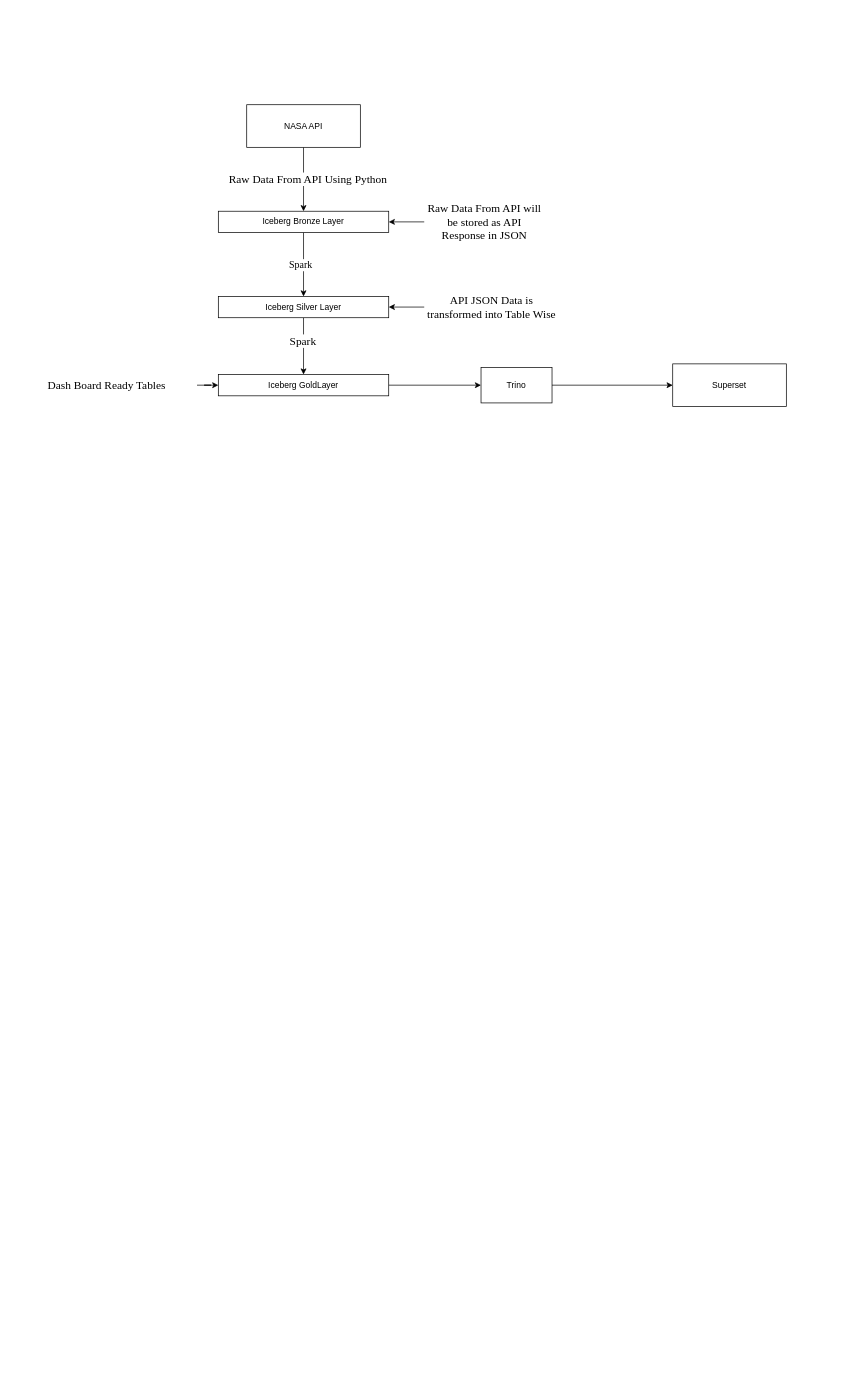
Above: page "HDD" (1 of 7) of Design/HDD.drawio in Sairam0613/AstroSight-DE (draw.io), before the change. Source tidied: cells renumbered, new cells numbered last; positions are measured from the earlier drawing's top-left corner, leaving out a move shared by most shapes. Both pictures are drawn from the tidied source at 71%, with x=0, y=0 at pixel (19, 104).
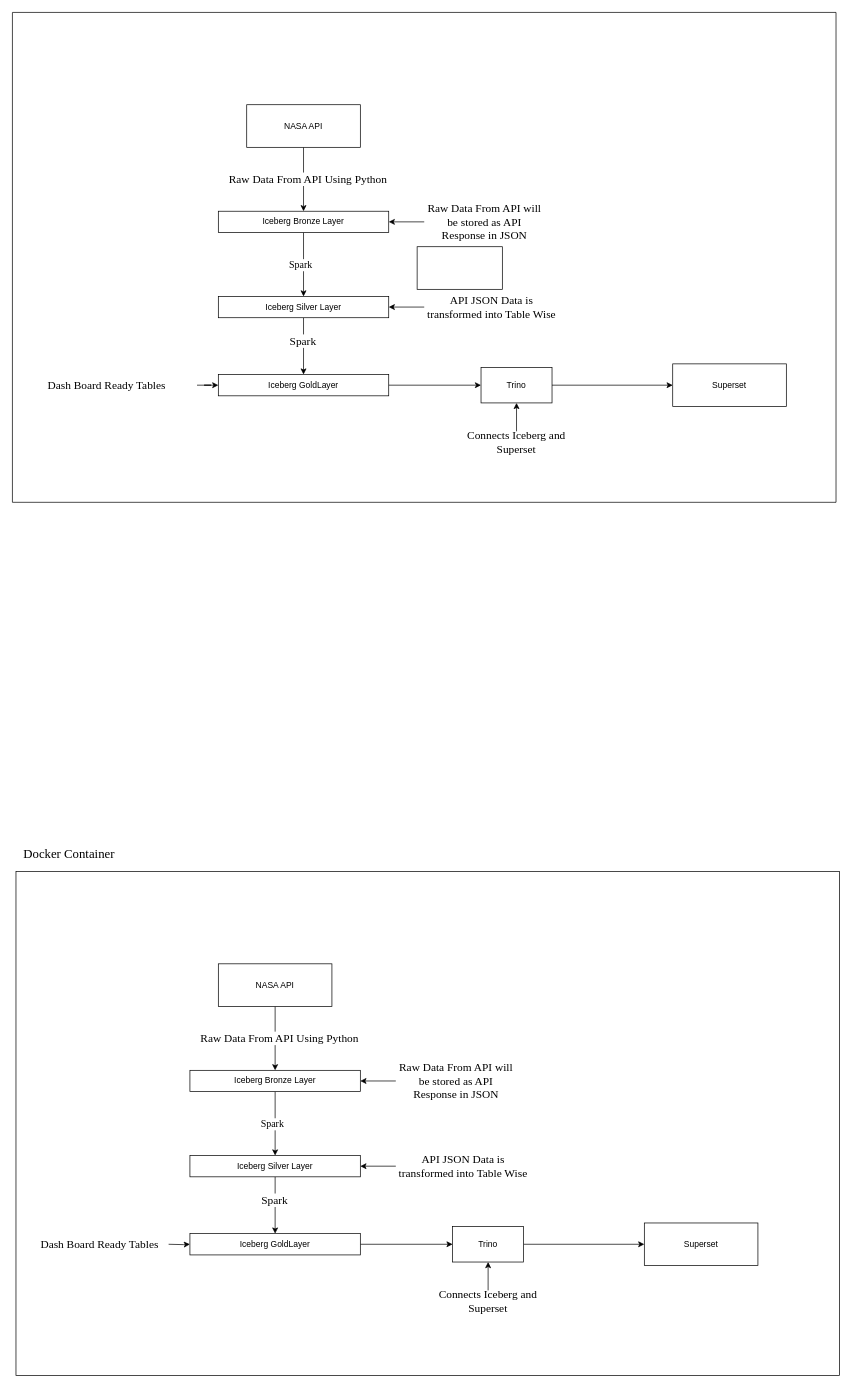
The same diagram, later.

Unchanged cells that the change refers to:
```xml
<mxCell id="15" value="Trino" style="html=1;dashed=0;whiteSpace=wrap;" parent="1" vertex="1">
  <mxGeometry x="650" y="370" width="100" height="50" as="geometry" />
</mxCell>
```

What changed in the source:
```diff
@@
+    <mxCell id="22" style="edgeStyle=orthogonalEdgeStyle;rounded=0;jettySize=auto;html=1;exitX=0.5;exitY=0;exitDx=0;exitDy=0;entryX=0.5;entryY=1;entryDx=0;entryDy=0;" parent="1" edge="1" source="23" target="15">
+      <mxGeometry relative="1" as="geometry" />
+    </mxCell>
+    <mxCell id="23" value="&lt;font face=&quot;Times New Roman&quot; style=&quot;font-size: 16px;&quot;&gt;Connects Iceberg and Superset&lt;/font&gt;" style="text;html=1;whiteSpace=wrap;strokeColor=none;fillColor=none;align=center;verticalAlign=middle;rounded=0;" parent="1" vertex="1">
+      <mxGeometry x="615" y="460" width="170" height="30" as="geometry" />
+    </mxCell>
+    <mxCell id="24" style="rounded=0;whiteSpace=wrap;html=1;" parent="1" vertex="1">
+      <mxGeometry x="560" y="200" width="120" height="60" as="geometry" />
+    </mxCell>
+    <mxCell id="25" style="endArrow=none;html=1;rounded=0;" parent="1" edge="1">
+      <mxGeometry relative="1" as="geometry">
+        <mxPoint x="-10" y="560" as="sourcePoint" />
+        <mxPoint x="-10" y="-130" as="targetPoint" />
+      </mxGeometry>
+    </mxCell>
+    <mxCell id="26" style="endArrow=none;html=1;rounded=0;" parent="1" edge="1">
+      <mxGeometry relative="1" as="geometry">
+        <mxPoint x="1150" y="560" as="sourcePoint" />
+        <mxPoint x="1150" y="-130" as="targetPoint" />
+      </mxGeometry>
+    </mxCell>
+    <mxCell id="27" style="endArrow=none;html=1;rounded=0;" parent="1" edge="1">
+      <mxGeometry relative="1" as="geometry">
+        <mxPoint x="-10" y="560" as="sourcePoint" />
+        <mxPoint x="1150" y="560" as="targetPoint" />
+      </mxGeometry>
+    </mxCell>
+    <mxCell id="28" style="endArrow=none;html=1;rounded=0;" parent="1" edge="1">
+      <mxGeometry relative="1" as="geometry">
+        <mxPoint x="-10" y="-130" as="sourcePoint" />
+        <mxPoint x="1150" y="-130" as="targetPoint" />
+      </mxGeometry>
+    </mxCell>
+    <mxCell id="29" value="&lt;font face=&quot;Times New Roman&quot; style=&quot;font-size: 18px;&quot;&gt;Docker Container&lt;/font&gt;" style="text;html=1;whiteSpace=wrap;strokeColor=none;fillColor=none;align=center;verticalAlign=middle;rounded=0;" parent="1" vertex="1">
+      <mxGeometry x="-5" y="1040" width="150" height="30" as="geometry" />
+    </mxCell>
+    <mxCell id="30" style="rounded=0;whiteSpace=wrap;html=1;" parent="1" vertex="1">
+      <mxGeometry x="-5" y="1080" width="1160" height="710" as="geometry" />
+    </mxCell>
+    <mxCell id="31" style="edgeStyle=orthogonalEdgeStyle;rounded=0;jettySize=auto;html=1;" parent="1" edge="1" source="33" target="36">
+      <mxGeometry relative="1" as="geometry" />
+    </mxCell>
+    <mxCell id="32" value="&lt;span style=&quot;font-family: &amp;quot;Times New Roman&amp;quot;; font-size: 16px;&quot;&gt;Raw Data From API Using Python&lt;/span&gt;" style="edgeLabel;html=1;align=center;verticalAlign=middle;" parent="31" vertex="1">
+      <mxGeometry x="-0.03" y="5" relative="1" as="geometry" />
+    </mxCell>
+    <mxCell id="33" value="NASA API" style="html=1;dashed=0;whiteSpace=wrap;fillStyle=solid;" parent="1" vertex="1">
+      <mxGeometry x="280" y="1210" width="160" height="60" as="geometry" />
+    </mxCell>
+    <mxCell id="34" style="edgeStyle=orthogonalEdgeStyle;rounded=0;jettySize=auto;html=1;entryX=0.5;entryY=0;entryDx=0;entryDy=0;" parent="1" edge="1" source="36" target="39">
+      <mxGeometry relative="1" as="geometry" />
+    </mxCell>
+    <mxCell id="35" value="&lt;font&gt;Spark&lt;/font&gt;" style="edgeLabel;html=1;align=center;verticalAlign=middle;fontFamily=Times New Roman;fontSize=14;" parent="34" vertex="1">
+      <mxGeometry x="-0.01" y="-5" relative="1" as="geometry" />
+    </mxCell>
+    <mxCell id="36" value="Iceberg Bronze Layer" style="html=1;dashed=0;whiteSpace=wrap;" parent="1" vertex="1">
+      <mxGeometry x="240" y="1360" width="240" height="30" as="geometry" />
+    </mxCell>
+    <mxCell id="37" style="edgeStyle=orthogonalEdgeStyle;rounded=0;jettySize=auto;html=1;" parent="1" edge="1" source="39" target="41">
+      <mxGeometry relative="1" as="geometry" />
+    </mxCell>
+    <mxCell id="38" value="&lt;font face=&quot;Times New Roman&quot; style=&quot;font-size: 16px;&quot;&gt;Spark&lt;/font&gt;" style="edgeLabel;html=1;align=center;verticalAlign=middle;" parent="37" vertex="1">
+      <mxGeometry x="-0.19" y="-2" relative="1" as="geometry" />
+    </mxCell>
+    <mxCell id="39" value="Iceberg Silver Layer" style="html=1;dashed=0;whiteSpace=wrap;" parent="1" vertex="1">
+      <mxGeometry x="240" y="1480" width="240" height="30" as="geometry" />
+    </mxCell>
+    <mxCell id="40" style="edgeStyle=orthogonalEdgeStyle;rounded=0;jettySize=auto;html=1;entryX=0;entryY=0.5;entryDx=0;entryDy=0;" parent="1" edge="1" source="41" target="44">
+      <mxGeometry relative="1" as="geometry" />
+    </mxCell>
+    <mxCell id="41" value="Iceberg GoldLayer" style="html=1;dashed=0;whiteSpace=wrap;" parent="1" vertex="1">
+      <mxGeometry x="240" y="1590" width="240" height="30" as="geometry" />
+    </mxCell>
+    <mxCell id="42" value="Superset" style="html=1;dashed=0;whiteSpace=wrap;fillStyle=solid;" parent="1" vertex="1">
+      <mxGeometry x="880" y="1575" width="160" height="60" as="geometry" />
+    </mxCell>
+    <mxCell id="43" style="edgeStyle=orthogonalEdgeStyle;rounded=0;jettySize=auto;html=1;entryX=0;entryY=0.5;entryDx=0;entryDy=0;" parent="1" edge="1" source="44" target="42">
+      <mxGeometry relative="1" as="geometry" />
+    </mxCell>
+    <mxCell id="44" value="Trino" style="html=1;dashed=0;whiteSpace=wrap;" parent="1" vertex="1">
+      <mxGeometry x="610" y="1580" width="100" height="50" as="geometry" />
+    </mxCell>
+    <mxCell id="45" style="edgeStyle=orthogonalEdgeStyle;rounded=0;jettySize=auto;html=1;" parent="1" edge="1" source="46" target="36">
+      <mxGeometry relative="1" as="geometry" />
+    </mxCell>
+    <mxCell id="46" value="&lt;font face=&quot;Times New Roman&quot; style=&quot;font-size: 16px;&quot;&gt;Raw Data From API will be stored as API Response in JSON&lt;/font&gt;" style="text;html=1;whiteSpace=wrap;strokeColor=none;fillColor=none;align=center;verticalAlign=middle;rounded=0;" parent="1" vertex="1">
+      <mxGeometry x="530" y="1360" width="170" height="30" as="geometry" />
+    </mxCell>
+    <mxCell id="47" style="edgeStyle=orthogonalEdgeStyle;rounded=0;jettySize=auto;html=1;entryX=1;entryY=0.5;entryDx=0;entryDy=0;" parent="1" edge="1" source="48" target="39">
+      <mxGeometry relative="1" as="geometry" />
+    </mxCell>
+    <mxCell id="48" value="&lt;font face=&quot;Times New Roman&quot; style=&quot;font-size: 16px;&quot;&gt;API JSON Data is transformed into Table Wise&lt;/font&gt;" style="text;html=1;whiteSpace=wrap;strokeColor=none;fillColor=none;align=center;verticalAlign=middle;rounded=0;" parent="1" vertex="1">
+      <mxGeometry x="530" y="1465" width="190" height="60" as="geometry" />
+    </mxCell>
+    <mxCell id="49" style="edgeStyle=orthogonalEdgeStyle;rounded=0;jettySize=auto;html=1;" parent="1" edge="1" target="41">
+      <mxGeometry relative="1" as="geometry">
+        <mxPoint x="210" y="1605" as="sourcePoint" />
+      </mxGeometry>
+    </mxCell>
+    <mxCell id="50" style="edgeStyle=orthogonalEdgeStyle;rounded=0;jettySize=auto;html=1;exitX=0.5;exitY=0;exitDx=0;exitDy=0;entryX=0.5;entryY=1;entryDx=0;entryDy=0;" parent="1" edge="1" source="51" target="44">
+      <mxGeometry relative="1" as="geometry" />
+    </mxCell>
+    <mxCell id="51" value="&lt;font face=&quot;Times New Roman&quot; style=&quot;font-size: 16px;&quot;&gt;Connects Iceberg and Superset&lt;/font&gt;" style="text;html=1;whiteSpace=wrap;strokeColor=none;fillColor=none;align=center;verticalAlign=middle;rounded=0;" parent="1" vertex="1">
+      <mxGeometry x="575" y="1670" width="170" height="30" as="geometry" />
+    </mxCell>
+    <mxCell id="52" value="&lt;font face=&quot;Times New Roman&quot; style=&quot;font-size: 16px;&quot;&gt;Dash Board Ready Tables&amp;nbsp;&lt;/font&gt;" style="text;html=1;whiteSpace=wrap;strokeColor=none;fillColor=none;align=center;verticalAlign=middle;rounded=0;" parent="1" vertex="1">
+      <mxGeometry x="-10" y="1585" width="250" height="40" as="geometry" />
+    </mxCell>
```
